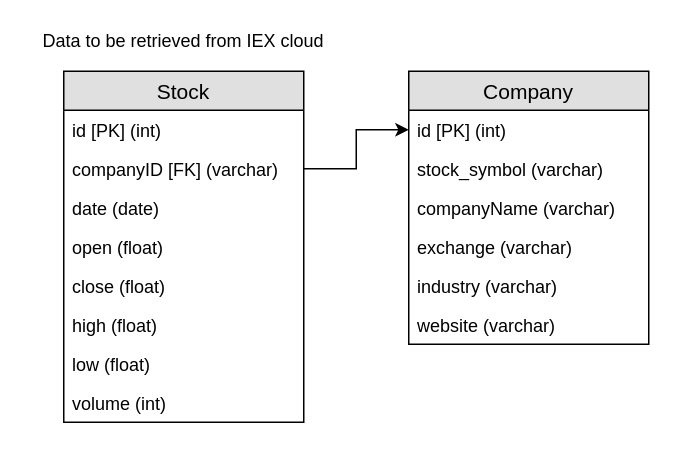
KeanUniversity-CS-SELab/Team1 keeps this draw.io diagram as Database Details/Software Engineering.drawio. Above is the earlier version. Source tidied: cells renumbered, new cells numbered last; positions are measured from the earlier drawing's top-left corner, leaving out a move shared by most shapes. Both pictures are drawn from the tidied source at 150%, with x=0, y=0 at pixel (26, 26).
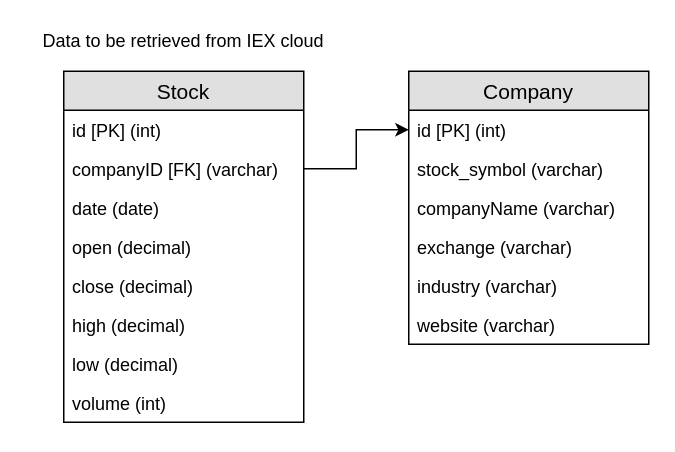
After the change.

Commit message (it also covers changes not shown here):
Database Create Functions

Database create functions are in Database Details\database_documentation.txt.

The edit, as a diff of the source:
```diff
@@
 <mxGraphModel>
   <root>
     <mxCell id="0" />
     <mxCell id="1" parent="0" />
     <mxCell id="2" value="Stock" style="swimlane;fontStyle=0;horizontal=1;startSize=26;fillColor=#e0e0e0;swimlaneFillColor=#ffffff;align=center;fontSize=14;" parent="1" vertex="1">
       <mxGeometry x="25" y="30" width="160" height="234" as="geometry" />
     </mxCell>
     <mxCell id="3" value="id [PK] (int)" style="text;strokeColor=none;fillColor=none;spacingLeft=4;spacingRight=4;overflow=hidden;fontSize=12;" parent="2" vertex="1">
       <mxGeometry y="26" width="160" height="26" as="geometry" />
     </mxCell>
     <mxCell id="4" value="companyID [FK] (varchar)" style="text;strokeColor=none;fillColor=none;spacingLeft=4;spacingRight=4;overflow=hidden;points=[[0,0.5],[1,0.5]];portConstraint=eastwest;fontSize=12;" parent="2" vertex="1">
       <mxGeometry y="52" width="160" height="26" as="geometry" />
     </mxCell>
     <mxCell id="5" value="date (date)" style="text;strokeColor=none;fillColor=none;spacingLeft=4;spacingRight=4;overflow=hidden;fontSize=12;" parent="2" vertex="1">
       <mxGeometry y="78" width="160" height="26" as="geometry" />
     </mxCell>
-    <mxCell id="6" value="open (float)" style="text;strokeColor=none;fillColor=none;spacingLeft=4;spacingRight=4;overflow=hidden;fontSize=12;" parent="2" vertex="1">
+    <mxCell id="6" value="open (decimal)" style="text;strokeColor=none;fillColor=none;spacingLeft=4;spacingRight=4;overflow=hidden;fontSize=12;" parent="2" vertex="1">
       <mxGeometry y="104" width="160" height="26" as="geometry" />
     </mxCell>
-    <mxCell id="7" value="close (float)" style="text;strokeColor=none;fillColor=none;spacingLeft=4;spacingRight=4;overflow=hidden;fontSize=12;" parent="2" vertex="1">
+    <mxCell id="7" value="close (decimal)" style="text;strokeColor=none;fillColor=none;spacingLeft=4;spacingRight=4;overflow=hidden;fontSize=12;" parent="2" vertex="1">
       <mxGeometry y="130" width="160" height="26" as="geometry" />
     </mxCell>
-    <mxCell id="8" value="high (float)" style="text;strokeColor=none;fillColor=none;spacingLeft=4;spacingRight=4;overflow=hidden;fontSize=12;" parent="2" vertex="1">
+    <mxCell id="8" value="high (decimal)" style="text;strokeColor=none;fillColor=none;spacingLeft=4;spacingRight=4;overflow=hidden;fontSize=12;" parent="2" vertex="1">
       <mxGeometry y="156" width="160" height="26" as="geometry" />
     </mxCell>
-    <mxCell id="9" value="low (float)" style="text;strokeColor=none;fillColor=none;spacingLeft=4;spacingRight=4;overflow=hidden;fontSize=12;" parent="2" vertex="1">
+    <mxCell id="9" value="low (decimal)" style="text;strokeColor=none;fillColor=none;spacingLeft=4;spacingRight=4;overflow=hidden;fontSize=12;" parent="2" vertex="1">
       <mxGeometry y="182" width="160" height="26" as="geometry" />
     </mxCell>
     <mxCell id="10" value="volume (int)" style="text;strokeColor=none;fillColor=none;spacingLeft=4;spacingRight=4;overflow=hidden;fontSize=12;" parent="2" vertex="1">
       <mxGeometry y="208" width="160" height="26" as="geometry" />
     </mxCell>
     <mxCell id="11" value="Data to be retrieved from IEX cloud" style="text;html=1;strokeColor=none;fillColor=none;align=center;verticalAlign=middle;whiteSpace=wrap;rounded=0;" parent="1" vertex="1">
       <mxGeometry width="210" height="20" as="geometry" />
     </mxCell>
     <mxCell id="12" value="Company" style="swimlane;fontStyle=0;horizontal=1;startSize=26;fillColor=#e0e0e0;swimlaneFillColor=#ffffff;align=center;fontSize=14;" parent="1" vertex="1">
       <mxGeometry x="255" y="30" width="160" height="182" as="geometry" />
     </mxCell>
     <mxCell id="13" value="id [PK] (int)" style="text;strokeColor=none;fillColor=none;spacingLeft=4;spacingRight=4;overflow=hidden;points=[[0,0.5],[1,0.5]];portConstraint=eastwest;fontSize=12;" parent="12" vertex="1">
       <mxGeometry y="26" width="160" height="26" as="geometry" />
     </mxCell>
     <mxCell id="14" value="stock_symbol (varchar)" style="text;strokeColor=none;fillColor=none;spacingLeft=4;spacingRight=4;overflow=hidden;fontSize=12;" parent="12" vertex="1">
       <mxGeometry y="52" width="160" height="26" as="geometry" />
     </mxCell>
     <mxCell id="15" value="companyName (varchar)&#10;" style="text;strokeColor=none;fillColor=none;spacingLeft=4;spacingRight=4;overflow=hidden;fontSize=12;" parent="12" vertex="1">
       <mxGeometry y="78" width="160" height="26" as="geometry" />
     </mxCell>
     <mxCell id="16" value="exchange (varchar)&#10;" style="text;strokeColor=none;fillColor=none;spacingLeft=4;spacingRight=4;overflow=hidden;fontSize=12;" parent="12" vertex="1">
       <mxGeometry y="104" width="160" height="26" as="geometry" />
     </mxCell>
     <mxCell id="17" value="industry (varchar)&#10;" style="text;strokeColor=none;fillColor=none;spacingLeft=4;spacingRight=4;overflow=hidden;fontSize=12;" parent="12" vertex="1">
       <mxGeometry y="130" width="160" height="26" as="geometry" />
     </mxCell>
     <mxCell id="18" value="website (varchar)&#10;" style="text;strokeColor=none;fillColor=none;spacingLeft=4;spacingRight=4;overflow=hidden;fontSize=12;" parent="12" vertex="1">
       <mxGeometry y="156" width="160" height="26" as="geometry" />
     </mxCell>
     <mxCell id="19" style="edgeStyle=orthogonalEdgeStyle;rounded=0;jettySize=auto;html=1;exitX=1;exitY=0.5;exitDx=0;exitDy=0;entryX=0;entryY=0.5;entryDx=0;entryDy=0;" parent="1" edge="1" source="4" target="13">
       <mxGeometry relative="1" as="geometry" />
     </mxCell>
   </root>
 </mxGraphModel>
```
